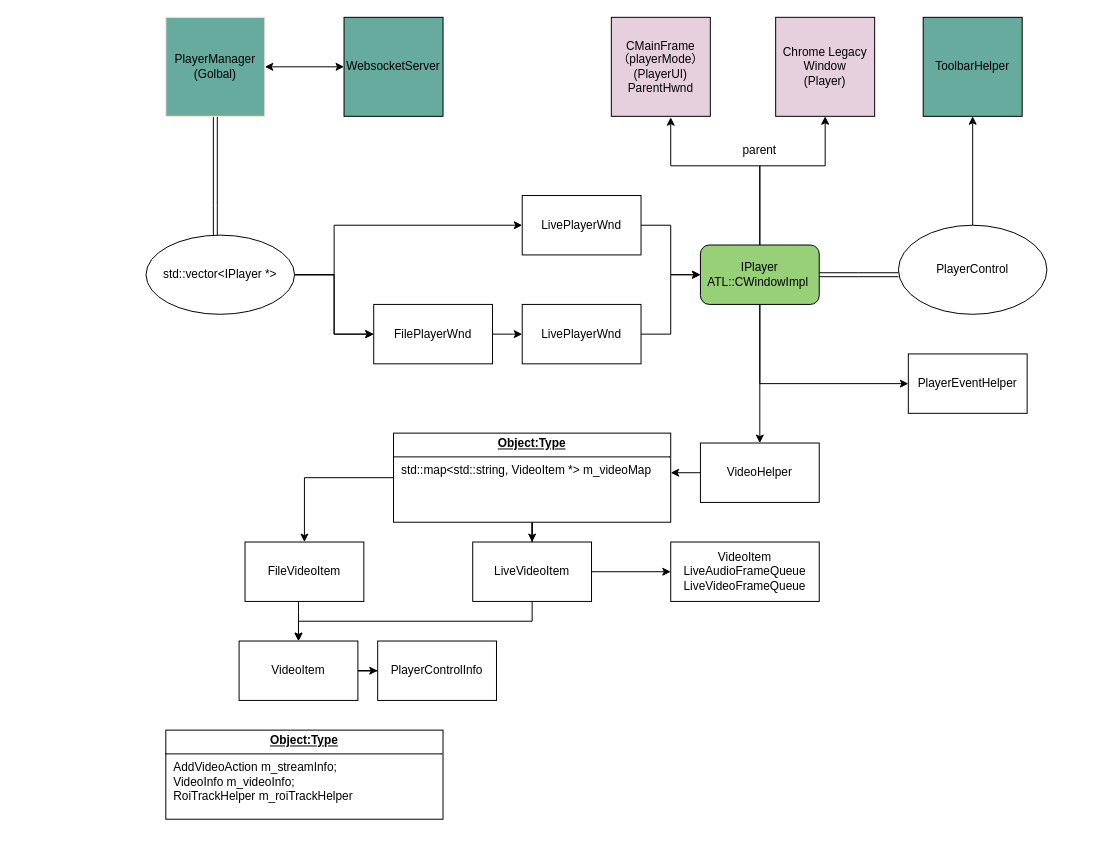
Earlier version of the draw.io diagram 未命名绘图.drawio (zpzp0818/zpzp0818). Source tidied: cells renumbered, new cells numbered last; positions are measured from the earlier drawing's top-left corner, leaving out a move shared by most shapes. Both pictures are drawn from the tidied source at 99%, with x=0, y=0 at pixel (146, 17).
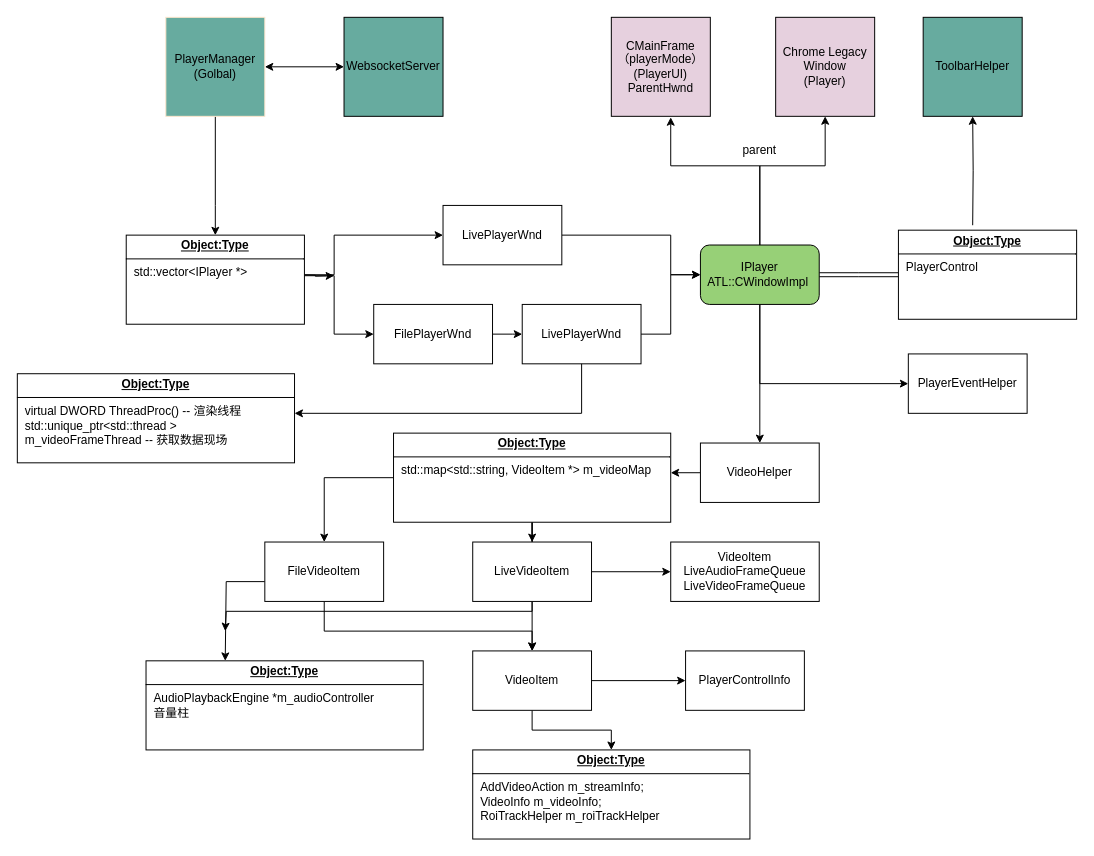
Above is the later version.

Commit message:
更新未命名绘图.drawio

Unchanged cells that the change refers to:
```xml
<mxCell id="3" value="PlayerManager&lt;div&gt;(Golbal&lt;span style=&quot;background-color: transparent; color: light-dark(rgb(0, 0, 0), rgb(255, 255, 255));&quot;&gt;)&lt;/span&gt;&lt;/div&gt;" style="whiteSpace=wrap;html=1;strokeColor=#FFE6CC;fillColor=#67AB9F;" parent="1" vertex="1">
  <mxGeometry x="20" width="100" height="100" as="geometry" />
</mxCell>
<mxCell id="12" value="IPlayer&lt;div&gt;ATL::CWindowImpl&amp;nbsp;&lt;/div&gt;" style="rounded=1;whiteSpace=wrap;html=1;fillColor=#97D077;" parent="1" vertex="1">
  <mxGeometry x="560" y="230" width="120" height="60" as="geometry" />
</mxCell>
<mxCell id="16" value="FilePlayerWnd" style="rounded=0;whiteSpace=wrap;html=1;" parent="1" vertex="1">
  <mxGeometry x="230" y="290" width="120" height="60" as="geometry" />
</mxCell>
<mxCell id="27" value="ToolbarHelper" style="whiteSpace=wrap;html=1;fillColor=#67AB9F;" parent="1" vertex="1">
  <mxGeometry x="785" width="100" height="100" as="geometry" />
</mxCell>
<mxCell id="40" value="LiveVideoItem" style="rounded=0;whiteSpace=wrap;html=1;" parent="1" vertex="1">
  <mxGeometry x="330" y="530" width="120" height="60" as="geometry" />
</mxCell>
<mxCell id="43" value="VideoItem&lt;div&gt;LiveAudioFrameQueue&lt;/div&gt;&lt;div&gt;LiveVideoFrameQueue&lt;/div&gt;" style="rounded=0;whiteSpace=wrap;html=1;" parent="1" vertex="1">
  <mxGeometry x="530" y="530" width="150" height="60" as="geometry" />
</mxCell>
```

What changed in the source:
```diff
@@
-    <mxCell id="2" style="edgeStyle=orthogonalEdgeStyle;rounded=0;jettySize=auto;html=1;shape=link;" parent="1" edge="1" source="3" target="7">
+    <mxCell id="2" style="edgeStyle=orthogonalEdgeStyle;rounded=0;jettySize=auto;html=1;" parent="1" edge="1" source="3">
       <mxGeometry relative="1" as="geometry">
+        <mxPoint x="70" y="220.1" as="targetPoint" />
         <Array as="points">
           <mxPoint x="70" y="190" />
           <mxPoint x="70" y="190" />
         </Array>
       </mxGeometry>
     </mxCell>
@@
-    <mxCell id="4" style="edgeStyle=orthogonalEdgeStyle;rounded=0;jettySize=auto;html=1;" parent="1" edge="1" source="7" target="16">
-      <mxGeometry relative="1" as="geometry" />
+    <mxCell id="4" style="edgeStyle=orthogonalEdgeStyle;rounded=0;orthogonalLoop=1;jettySize=auto;html=1;" parent="1" edge="1">
+      <mxGeometry relative="1" as="geometry">
+        <mxPoint x="150" y="260" as="sourcePoint" />
+        <mxPoint x="190" y="261" as="targetPoint" />
+      </mxGeometry>
     </mxCell>
-    <mxCell id="5" style="edgeStyle=orthogonalEdgeStyle;rounded=0;jettySize=auto;html=1;" parent="1" edge="1" source="7" target="16">
-      <mxGeometry relative="1" as="geometry" />
+    <mxCell id="5" style="edgeStyle=orthogonalEdgeStyle;rounded=0;jettySize=auto;html=1;" parent="1" edge="1" target="16">
+      <mxGeometry relative="1" as="geometry">
+        <mxPoint x="150" y="260" as="sourcePoint" />
+        <Array as="points">
+          <mxPoint x="150" y="261" />
+          <mxPoint x="190" y="261" />
+          <mxPoint x="190" y="320" />
+        </Array>
+      </mxGeometry>
     </mxCell>
-    <mxCell id="6" style="edgeStyle=orthogonalEdgeStyle;rounded=0;jettySize=auto;html=1;" parent="1" edge="1" source="7" target="14">
+    <mxCell id="6" style="edgeStyle=orthogonalEdgeStyle;rounded=0;jettySize=auto;html=1;" parent="1" edge="1" target="14">
       <mxGeometry relative="1" as="geometry">
+        <mxPoint x="150" y="260" as="sourcePoint" />
         <Array as="points">
           <mxPoint x="190" y="260" />
-          <mxPoint x="190" y="210" />
+          <mxPoint x="190" y="220" />
         </Array>
       </mxGeometry>
     </mxCell>
-    <mxCell id="7" value="std::vector&amp;lt;IPlayer *&amp;gt;" style="ellipse;whiteSpace=wrap;html=1;" parent="1" vertex="1">
-      <mxGeometry y="220" width="150" height="80" as="geometry" />
-    </mxCell>
@@
     <mxCell id="13" style="edgeStyle=orthogonalEdgeStyle;rounded=0;jettySize=auto;html=1;" parent="1" edge="1" source="14" target="12">
-      <mxGeometry relative="1" as="geometry" />
+      <mxGeometry relative="1" as="geometry">
+        <Array as="points">
+          <mxPoint x="530" y="220" />
+          <mxPoint x="530" y="260" />
+        </Array>
+      </mxGeometry>
     </mxCell>
     <mxCell id="14" value="LivePlayerWnd" style="rounded=0;whiteSpace=wrap;html=1;" parent="1" vertex="1">
-      <mxGeometry x="380" y="180" width="120" height="60" as="geometry" />
+      <mxGeometry x="300" y="190" width="120" height="60" as="geometry" />
     </mxCell>
@@
+    <mxCell id="44" style="edgeStyle=orthogonalEdgeStyle;rounded=0;orthogonalLoop=1;jettySize=auto;html=1;entryX=1;entryY=0.5;entryDx=0;entryDy=0;" parent="1" edge="1">
+      <mxGeometry relative="1" as="geometry">
+        <mxPoint x="440" y="345" as="sourcePoint" />
+        <mxPoint x="150" y="400" as="targetPoint" />
+        <Array as="points">
+          <mxPoint x="440" y="400" />
+        </Array>
+      </mxGeometry>
+    </mxCell>
@@
-    <mxCell id="25" style="edgeStyle=orthogonalEdgeStyle;rounded=0;jettySize=auto;html=1;entryX=0.5;entryY=1;entryDx=0;entryDy=0;" parent="1" edge="1" source="26" target="27">
-      <mxGeometry relative="1" as="geometry" />
+    <mxCell id="25" style="edgeStyle=orthogonalEdgeStyle;rounded=0;jettySize=auto;html=1;entryX=0.5;entryY=1;entryDx=0;entryDy=0;" parent="1" edge="1" target="27">
+      <mxGeometry relative="1" as="geometry">
+        <mxPoint x="835" y="210" as="sourcePoint" />
+      </mxGeometry>
     </mxCell>
-    <mxCell id="26" value="PlayerControl" style="ellipse;whiteSpace=wrap;html=1;" parent="1" vertex="1">
-      <mxGeometry x="760" y="210" width="150" height="90" as="geometry" />
-    </mxCell>
@@
+    <mxCell id="45" style="edgeStyle=orthogonalEdgeStyle;rounded=0;jettySize=auto;html=1;" parent="1" edge="1" source="35" target="36">
+      <mxGeometry relative="1" as="geometry" />
+    </mxCell>
     <mxCell id="35" value="VideoItem" style="rounded=0;whiteSpace=wrap;html=1;" parent="1" vertex="1">
-      <mxGeometry x="94" y="630" width="120" height="60" as="geometry" />
+      <mxGeometry x="330" y="640" width="120" height="60" as="geometry" />
     </mxCell>
     <mxCell id="36" value="&lt;p style=&quot;margin:0px;margin-top:4px;text-align:center;text-decoration:underline;&quot;&gt;&lt;b&gt;Object:Type&lt;/b&gt;&lt;/p&gt;&lt;hr size=&quot;1&quot; style=&quot;border-style:solid;&quot;&gt;&lt;p style=&quot;margin:0px;margin-left:8px;&quot;&gt;AddVideoAction m_streamInfo;&lt;/p&gt;&lt;p style=&quot;margin:0px;margin-left:8px;&quot;&gt;&lt;span style=&quot;white-space: normal;&quot;&gt;VideoInfo m_videoInfo;&lt;/span&gt;&lt;/p&gt;&lt;p style=&quot;margin:0px;margin-left:8px;&quot;&gt;&lt;span style=&quot;white-space: normal;&quot;&gt;RoiTrackHelper m_roiTrackHelper&lt;/span&gt;&lt;/p&gt;&lt;p style=&quot;margin:0px;margin-left:8px;&quot;&gt;&lt;br&gt;&lt;/p&gt;" style="verticalAlign=top;align=left;overflow=fill;html=1;whiteSpace=wrap;" parent="1" vertex="1">
-      <mxGeometry x="20" y="720" width="280" height="90" as="geometry" />
+      <mxGeometry x="330" y="740" width="280" height="90" as="geometry" />
     </mxCell>
     <mxCell id="37" value="PlayerControlInfo" style="rounded=0;whiteSpace=wrap;html=1;" parent="1" vertex="1">
-      <mxGeometry x="234" y="630" width="120" height="60" as="geometry" />
+      <mxGeometry x="545" y="640" width="120" height="60" as="geometry" />
     </mxCell>
+    <mxCell id="39" style="edgeStyle=orthogonalEdgeStyle;rounded=0;jettySize=auto;html=1;" parent="1" edge="1" source="40" target="43">
+      <mxGeometry relative="1" as="geometry" />
+    </mxCell>
-    <mxCell id="38" style="edgeStyle=orthogonalEdgeStyle;rounded=0;jettySize=auto;html=1;entryX=0.5;entryY=0;entryDx=0;entryDy=0;" parent="1" edge="1" source="40" target="35">
-      <mxGeometry relative="1" as="geometry">
-        <Array as="points">
-          <mxPoint x="390" y="610" />
-          <mxPoint x="154" y="610" />
-        </Array>
-      </mxGeometry>
+    <mxCell id="38" style="edgeStyle=orthogonalEdgeStyle;rounded=0;jettySize=auto;html=1;" parent="1" edge="1" source="40" target="35">
+      <mxGeometry relative="1" as="geometry" />
     </mxCell>
-    <mxCell id="39" style="edgeStyle=orthogonalEdgeStyle;rounded=0;jettySize=auto;html=1;" parent="1" edge="1" source="40" target="43">
-      <mxGeometry relative="1" as="geometry" />
-    </mxCell>
+    <mxCell id="46" style="edgeStyle=orthogonalEdgeStyle;rounded=0;jettySize=auto;html=1;" parent="1" edge="1" source="40">
+      <mxGeometry relative="1" as="geometry">
+        <mxPoint x="80" y="620" as="targetPoint" />
+        <Array as="points">
+          <mxPoint x="390" y="600" />
+          <mxPoint x="81" y="600" />
+        </Array>
+      </mxGeometry>
+    </mxCell>
@@
-    <mxCell id="41" style="edgeStyle=orthogonalEdgeStyle;rounded=0;jettySize=auto;html=1;" parent="1" edge="1" source="42" target="35">
+    <mxCell id="41" style="edgeStyle=orthogonalEdgeStyle;rounded=0;jettySize=auto;html=1;entryX=0.5;entryY=0;entryDx=0;entryDy=0;" parent="1" edge="1" source="42" target="35">
       <mxGeometry relative="1" as="geometry">
         <Array as="points">
-          <mxPoint x="154" y="600" />
-          <mxPoint x="154" y="600" />
+          <mxPoint x="180" y="620" />
+          <mxPoint x="390" y="620" />
         </Array>
       </mxGeometry>
     </mxCell>
+    <mxCell id="47" style="edgeStyle=orthogonalEdgeStyle;rounded=0;orthogonalLoop=1;jettySize=auto;html=1;" parent="1" edge="1">
+      <mxGeometry relative="1" as="geometry">
+        <mxPoint x="120" y="570" as="sourcePoint" />
+        <mxPoint x="80" y="650" as="targetPoint" />
+        <Array as="points">
+          <mxPoint x="81" y="570" />
+        </Array>
+      </mxGeometry>
+    </mxCell>
     <mxCell id="42" value="FileVideoItem" style="rounded=0;whiteSpace=wrap;html=1;" parent="1" vertex="1">
-      <mxGeometry x="100" y="530" width="120" height="60" as="geometry" />
+      <mxGeometry x="120" y="530" width="120" height="60" as="geometry" />
     </mxCell>
@@
+    <mxCell id="48" value="&lt;p style=&quot;margin:0px;margin-top:4px;text-align:center;text-decoration:underline;&quot;&gt;&lt;b&gt;Object:Type&lt;/b&gt;&lt;/p&gt;&lt;hr size=&quot;1&quot; style=&quot;border-style:solid;&quot;&gt;&lt;p style=&quot;margin:0px;margin-left:8px;&quot;&gt;&lt;span style=&quot;text-align: center;&quot;&gt;std::vector&amp;lt;IPlayer *&amp;gt;&lt;/span&gt;&lt;/p&gt;&lt;p style=&quot;margin:0px;margin-left:8px;&quot;&gt;&lt;br&gt;&lt;/p&gt;" style="verticalAlign=top;align=left;overflow=fill;html=1;whiteSpace=wrap;" parent="1" vertex="1">
+      <mxGeometry x="-20" y="220" width="180" height="90" as="geometry" />
+    </mxCell>
+    <mxCell id="49" value="&lt;p style=&quot;margin:0px;margin-top:4px;text-align:center;text-decoration:underline;&quot;&gt;&lt;b&gt;Object:Type&lt;/b&gt;&lt;/p&gt;&lt;hr size=&quot;1&quot; style=&quot;border-style:solid;&quot;&gt;&lt;p style=&quot;margin:0px;margin-left:8px;&quot;&gt;&lt;span style=&quot;text-align: center;&quot;&gt;PlayerControl&lt;/span&gt;&lt;/p&gt;&lt;p style=&quot;margin:0px;margin-left:8px;&quot;&gt;&lt;br&gt;&lt;/p&gt;" style="verticalAlign=top;align=left;overflow=fill;html=1;whiteSpace=wrap;" parent="1" vertex="1">
+      <mxGeometry x="760" y="215" width="180" height="90" as="geometry" />
+    </mxCell>
+    <mxCell id="50" value="&lt;p style=&quot;margin:0px;margin-top:4px;text-align:center;text-decoration:underline;&quot;&gt;&lt;b&gt;Object:Type&lt;/b&gt;&lt;/p&gt;&lt;hr size=&quot;1&quot; style=&quot;border-style:solid;&quot;&gt;&lt;p style=&quot;margin:0px;margin-left:8px;&quot;&gt;AudioPlaybackEngine *m_audioController&lt;/p&gt;&lt;p style=&quot;margin:0px;margin-left:8px;&quot;&gt;音量柱&lt;/p&gt;&lt;p style=&quot;margin:0px;margin-left:8px;&quot;&gt;&lt;br&gt;&lt;/p&gt;" style="verticalAlign=top;align=left;overflow=fill;html=1;whiteSpace=wrap;" parent="1" vertex="1">
+      <mxGeometry y="650" width="280" height="90" as="geometry" />
+    </mxCell>
+    <mxCell id="51" value="&lt;p style=&quot;margin: 4px 0px 0px; text-align: center; text-decoration: underline;&quot;&gt;&lt;b&gt;Object:Type&lt;/b&gt;&lt;/p&gt;&lt;hr size=&quot;1&quot; style=&quot;border-style:solid;&quot;&gt;&lt;p style=&quot;margin:0px;margin-left:8px;&quot;&gt;virtual DWORD ThreadProc() -- 渲染线程&lt;/p&gt;&lt;p style=&quot;margin:0px;margin-left:8px;&quot;&gt;std::unique_ptr&amp;lt;std::thread &amp;gt; m_videoFrameThread -- 获取数据现场&lt;/p&gt;" style="verticalAlign=top;align=left;overflow=fill;html=1;whiteSpace=wrap;" parent="1" vertex="1">
+      <mxGeometry x="-130" y="360" width="280" height="90" as="geometry" />
+    </mxCell>
```
